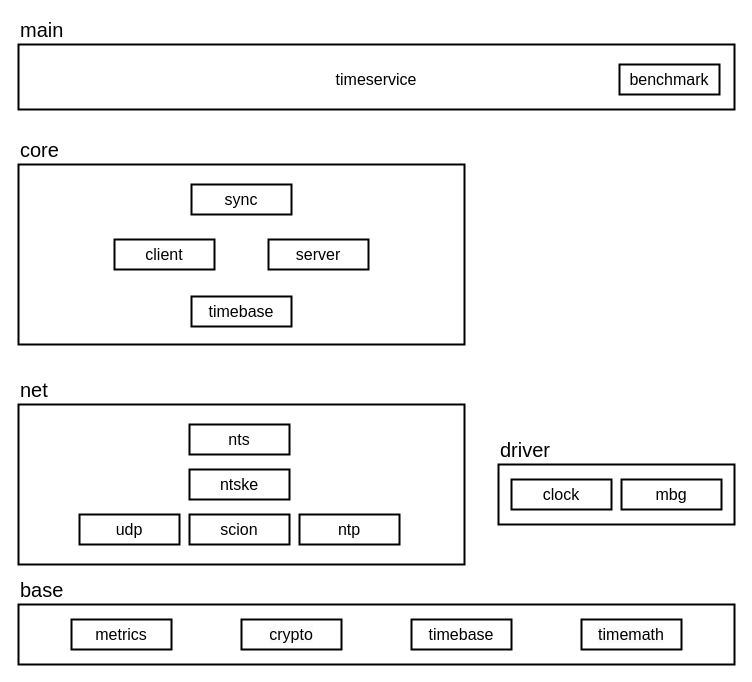
Before: doc/packages.drawio in marcfrei/scion-time, a draw.io diagram. Source tidied: cells renumbered, new cells numbered last; positions are measured from the earlier drawing's top-left corner, leaving out a move shared by most shapes. Both pictures are drawn from the tidied source at 100%, with x=0, y=0 at pixel (18, 44).
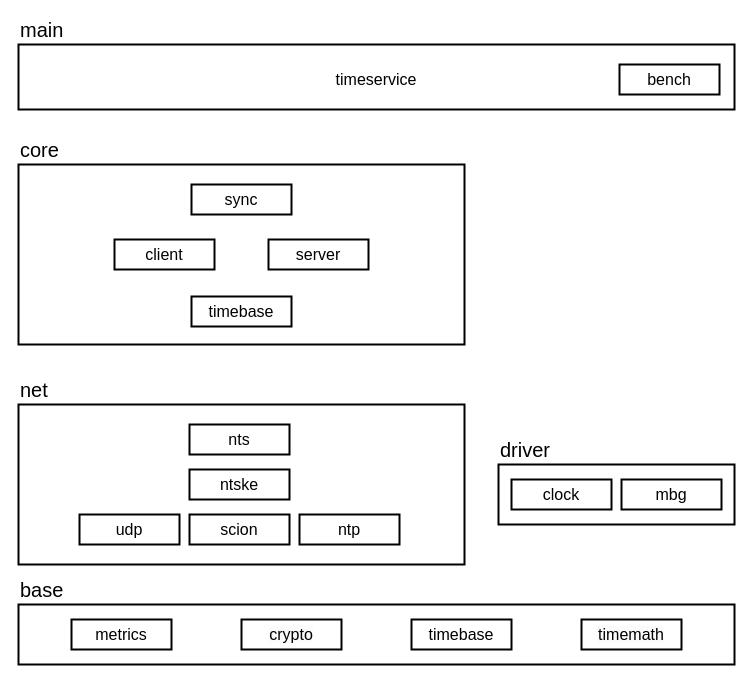
Above is the later version.

Change to the diagram source:
```diff
@@
-    <mxCell id="23" value="benchmark" style="text;html=1;fillColor=none;align=center;verticalAlign=middle;whiteSpace=wrap;rounded=0;strokeWidth=2;fontSize=16;labelBackgroundColor=none;strokeColor=default;" parent="1" vertex="1">
+    <mxCell id="23" value="bench" style="text;html=1;fillColor=none;align=center;verticalAlign=middle;whiteSpace=wrap;rounded=0;strokeWidth=2;fontSize=16;labelBackgroundColor=none;strokeColor=default;" parent="1" vertex="1">
       <mxGeometry x="601" y="20" width="100" height="30" as="geometry" />
     </mxCell>
```
